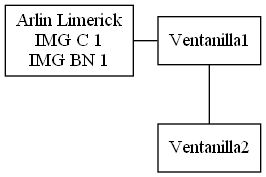
The Graphviz diagram Fase1/listaVentanillas.png in d-acetun/simulacion-sistema-impresion-de-imagenes, before a commit. Its source is kept beside it as Fase1/listaVentanillas.dot.
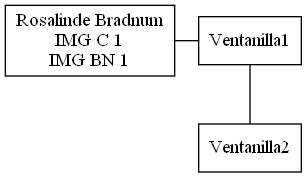
The same file after the commit.

Commit message:
Trabajando lista de clientes atendidos y eliminando de la cola de espera

What changed in the source:
```diff
@@ -2,7 +2,7 @@
 node[shape=box]
 edge[arrowhead=none]
 0 [label=Ventanilla1]
-1 [label="Arlin Limerick\nIMG C 1\nIMG BN 1"]
+1 [label="Rosalinde Bradnum\nIMG C 1\nIMG BN 1"]
 2 [label=Ventanilla2]
 1->0
 0->2
```
